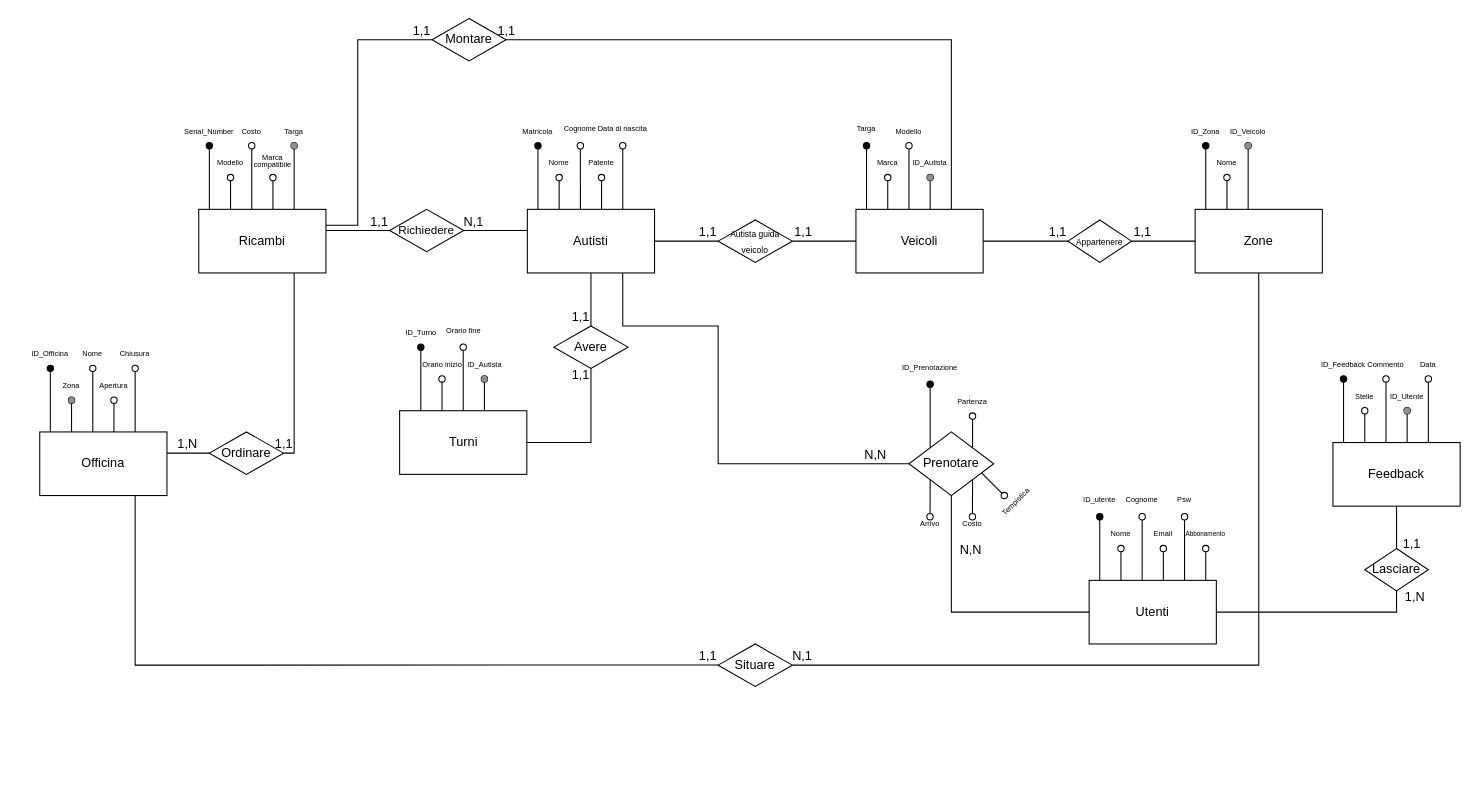
Earlier version of the draw.io diagram Diagramma_E-R_Split.drawio (francosalvucci14/Database_Project). Source tidied: cells renumbered, new cells numbered last; positions are measured from the earlier drawing's top-left corner, leaving out a move shared by most shapes. Both pictures are drawn from the tidied source at 106%, with x=0, y=0 at pixel (18, 18).
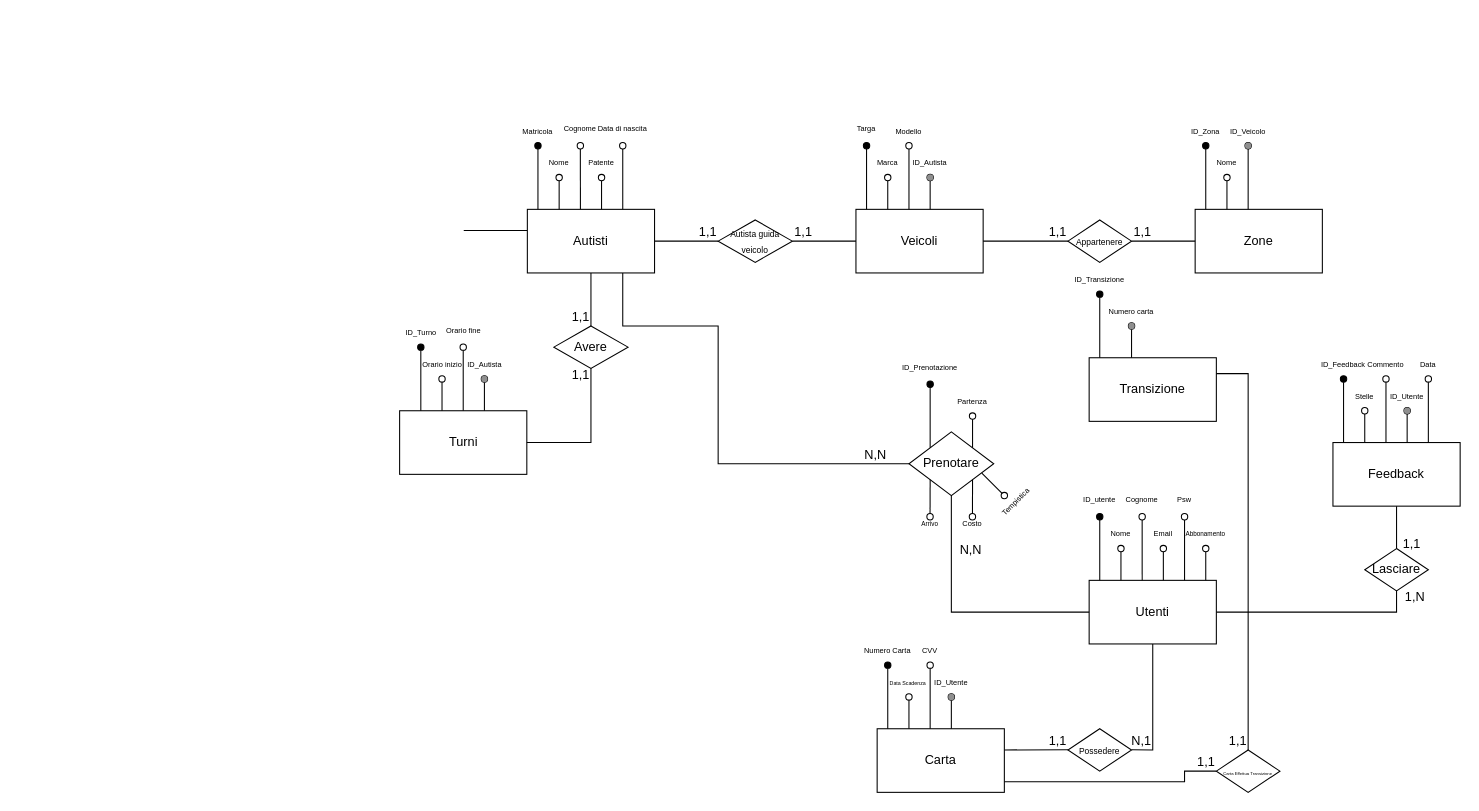
The same page after the edit.

The change refers to these unchanged cells:
```xml
<mxCell id="2" value="Veicoli" style="rounded=0;whiteSpace=wrap;html=1;" parent="1" vertex="1">
  <mxGeometry x="790" y="180" width="120" height="60" as="geometry" />
</mxCell>
<mxCell id="13" value="Zone" style="rounded=0;whiteSpace=wrap;html=1;" parent="1" vertex="1">
  <mxGeometry x="1110" y="180" width="120" height="60" as="geometry" />
</mxCell>
<mxCell id="103" value="&lt;div&gt;Utenti&lt;/div&gt;" style="rounded=0;whiteSpace=wrap;html=1;" parent="1" vertex="1">
  <mxGeometry x="1010" y="530" width="120" height="60" as="geometry" />
</mxCell>
```

Change to the diagram source:
```diff
@@
-    <mxCell id="47" value="Ricambi" style="rounded=0;whiteSpace=wrap;html=1;" parent="1" vertex="1">
-      <mxGeometry x="170" y="180" width="120" height="60" as="geometry" />
-    </mxCell>
-    <mxCell id="48" style="endArrow=oval;html=1;rounded=0;exitX=0.5;exitY=0;exitDx=0;exitDy=0;endFill=0;" parent="1" edge="1">
-      <mxGeometry relative="1" as="geometry">
-        <mxPoint x="200" y="180" as="sourcePoint" />
-        <mxPoint x="200" y="150" as="targetPoint" />
-      </mxGeometry>
-    </mxCell>
-    <mxCell id="49" value="&lt;font style=&quot;font-size: 7px;&quot;&gt;Modello&lt;/font&gt;" style="text;html=1;strokeColor=none;fillColor=none;align=center;verticalAlign=middle;whiteSpace=wrap;rounded=0;" parent="1" vertex="1">
-      <mxGeometry x="170" y="120" width="60" height="30" as="geometry" />
-    </mxCell>
-    <mxCell id="50" style="endArrow=oval;html=1;rounded=0;exitX=0.417;exitY=0;exitDx=0;exitDy=0;endFill=0;exitPerimeter=0;" parent="1" edge="1" source="47" target="51">
-      <mxGeometry relative="1" as="geometry" />
-    </mxCell>
-    <mxCell id="51" value="&lt;font style=&quot;font-size: 7px;&quot;&gt;Costo&lt;/font&gt;" style="text;html=1;strokeColor=none;fillColor=none;align=center;verticalAlign=middle;whiteSpace=wrap;rounded=0;" parent="1" vertex="1">
-      <mxGeometry x="190" y="90" width="60" height="30" as="geometry" />
-    </mxCell>
-    <mxCell id="52" style="endArrow=oval;html=1;rounded=0;exitX=0.417;exitY=0;exitDx=0;exitDy=0;endFill=1;exitPerimeter=0;" parent="1" edge="1" target="53">
-      <mxGeometry relative="1" as="geometry">
-        <mxPoint x="180" y="180" as="sourcePoint" />
-      </mxGeometry>
-    </mxCell>
-    <mxCell id="53" value="&lt;font style=&quot;font-size: 7px;&quot;&gt;Serial_Number&lt;/font&gt;" style="text;html=1;strokeColor=none;fillColor=none;align=center;verticalAlign=middle;whiteSpace=wrap;rounded=0;" parent="1" vertex="1">
-      <mxGeometry x="150" y="90" width="60" height="30" as="geometry" />
-    </mxCell>
-    <mxCell id="54" style="shape=waypoint;sketch=0;fillStyle=solid;size=6;fillColor=none;perimeter=centerPerimeter;strokeColor=#FFFFFF;strokeWidth=1;perimeterSpacing=0;" parent="1" vertex="1">
-      <mxGeometry x="230" y="140" width="20" height="20" as="geometry" />
-    </mxCell>
-    <mxCell id="55" style="endArrow=oval;html=1;rounded=0;exitX=0.5;exitY=0;exitDx=0;exitDy=0;endFill=0;" parent="1" edge="1">
-      <mxGeometry relative="1" as="geometry">
-        <mxPoint x="240" y="180" as="sourcePoint" />
-        <mxPoint x="240" y="150" as="targetPoint" />
-      </mxGeometry>
-    </mxCell>
-    <mxCell id="56" value="&lt;p style=&quot;line-height: 90%; font-size: 7px;&quot;&gt;&lt;font style=&quot;font-size: 7px;&quot;&gt;Marca &lt;br&gt;compatibile&lt;br&gt;&lt;/font&gt;&lt;/p&gt;" style="text;html=1;strokeColor=none;fillColor=none;align=center;verticalAlign=middle;whiteSpace=wrap;rounded=0;" parent="1" vertex="1">
-      <mxGeometry x="210" y="120" width="60" height="30" as="geometry" />
-    </mxCell>
-    <mxCell id="57" value="Officina" style="rounded=0;whiteSpace=wrap;html=1;" parent="1" vertex="1">
-      <mxGeometry x="20" y="390" width="120" height="60" as="geometry" />
-    </mxCell>
-    <mxCell id="58" style="endArrow=oval;html=1;rounded=0;exitX=0.5;exitY=0;exitDx=0;exitDy=0;endFill=1;" parent="1" edge="1">
-      <mxGeometry relative="1" as="geometry">
-        <mxPoint x="50" y="390" as="sourcePoint" />
-        <mxPoint x="50" y="360" as="targetPoint" />
-      </mxGeometry>
-    </mxCell>
-    <mxCell id="59" value="&lt;font style=&quot;font-size: 7px;&quot;&gt;Zona&lt;/font&gt;" style="text;html=1;strokeColor=none;fillColor=none;align=center;verticalAlign=middle;whiteSpace=wrap;rounded=0;" parent="1" vertex="1">
-      <mxGeometry x="20" y="330" width="60" height="30" as="geometry" />
-    </mxCell>
-    <mxCell id="60" style="endArrow=oval;html=1;rounded=0;exitX=0.417;exitY=0;exitDx=0;exitDy=0;endFill=0;exitPerimeter=0;" parent="1" edge="1" source="57" target="61">
-      <mxGeometry relative="1" as="geometry" />
-    </mxCell>
-    <mxCell id="61" value="&lt;font style=&quot;font-size: 7px;&quot;&gt;Nome&lt;br&gt;&lt;/font&gt;" style="text;html=1;strokeColor=none;fillColor=none;align=center;verticalAlign=middle;whiteSpace=wrap;rounded=0;" parent="1" vertex="1">
-      <mxGeometry x="40" y="300" width="60" height="30" as="geometry" />
-    </mxCell>
-    <mxCell id="62" style="endArrow=oval;html=1;rounded=0;exitX=0.417;exitY=0;exitDx=0;exitDy=0;endFill=1;exitPerimeter=0;" parent="1" edge="1" target="63">
-      <mxGeometry relative="1" as="geometry">
-        <mxPoint x="30" y="390" as="sourcePoint" />
-      </mxGeometry>
-    </mxCell>
-    <mxCell id="63" value="&lt;font style=&quot;font-size: 7px;&quot;&gt;ID_Officina&lt;br&gt;&lt;/font&gt;" style="text;html=1;strokeColor=none;fillColor=none;align=center;verticalAlign=middle;whiteSpace=wrap;rounded=0;" parent="1" vertex="1">
-      <mxGeometry y="300" width="60" height="30" as="geometry" />
-    </mxCell>
-    <mxCell id="64" style="shape=waypoint;sketch=0;fillStyle=solid;size=6;fillColor=none;perimeter=centerPerimeter;strokeColor=#FFFFFF;strokeWidth=1;perimeterSpacing=0;" parent="1" vertex="1">
-      <mxGeometry x="80" y="350" width="20" height="20" as="geometry" />
-    </mxCell>
-    <mxCell id="65" style="endArrow=oval;html=1;rounded=0;exitX=0.5;exitY=0;exitDx=0;exitDy=0;endFill=0;" parent="1" edge="1">
-      <mxGeometry relative="1" as="geometry">
-        <mxPoint x="90" y="390" as="sourcePoint" />
-        <mxPoint x="90" y="360" as="targetPoint" />
-      </mxGeometry>
-    </mxCell>
-    <mxCell id="66" value="&lt;font style=&quot;font-size: 7px;&quot;&gt;Apertura&lt;br&gt;&lt;/font&gt;" style="text;html=1;strokeColor=none;fillColor=none;align=center;verticalAlign=middle;whiteSpace=wrap;rounded=0;" parent="1" vertex="1">
-      <mxGeometry x="60" y="330" width="60" height="30" as="geometry" />
-    </mxCell>
-    <mxCell id="67" style="shape=waypoint;sketch=0;fillStyle=solid;size=6;fillColor=none;perimeter=centerPerimeter;strokeColor=#8f8f8f;" parent="1" vertex="1">
-      <mxGeometry x="40" y="350" width="20" height="20" as="geometry" />
-    </mxCell>
-    <mxCell id="68" style="endArrow=oval;html=1;rounded=0;exitX=0.417;exitY=0;exitDx=0;exitDy=0;endFill=0;exitPerimeter=0;" parent="1" edge="1" target="69">
-      <mxGeometry relative="1" as="geometry">
-        <mxPoint x="110" y="390" as="sourcePoint" />
-      </mxGeometry>
-    </mxCell>
-    <mxCell id="69" value="&lt;font style=&quot;font-size: 7px;&quot;&gt;Chiusura&lt;/font&gt;" style="text;html=1;strokeColor=none;fillColor=none;align=center;verticalAlign=middle;whiteSpace=wrap;rounded=0;" parent="1" vertex="1">
-      <mxGeometry x="80" y="300" width="60" height="30" as="geometry" />
-    </mxCell>
-    <mxCell id="70" style="endArrow=none;html=1;rounded=0;" parent="1" edge="1">
-      <mxGeometry relative="1" as="geometry">
-        <mxPoint x="290" y="200" as="sourcePoint" />
-        <mxPoint x="350" y="200" as="targetPoint" />
-      </mxGeometry>
-    </mxCell>
-    <mxCell id="71" value="1,1" style="html=1;whiteSpace=wrap;align=right;verticalAlign=bottom;" parent="70" vertex="1">
-      <mxGeometry x="1" relative="1" as="geometry" />
-    </mxCell>
-    <mxCell id="72" value="&lt;font style=&quot;font-size: 11px;&quot;&gt;Richiedere&lt;/font&gt;" style="shape=rhombus;perimeter=rhombusPerimeter;whiteSpace=wrap;html=1;align=center;" parent="1" vertex="1">
-      <mxGeometry x="350" y="180" width="70" height="40" as="geometry" />
-    </mxCell>
-    <mxCell id="73" style="endArrow=none;html=1;rounded=0;exitX=1;exitY=0.5;exitDx=0;exitDy=0;" parent="1" edge="1" source="72">
+    <mxCell id="73" style="endArrow=none;html=1;rounded=0;exitX=1;exitY=0.5;exitDx=0;exitDy=0;" parent="1" edge="1">
       <mxGeometry relative="1" as="geometry">
+        <mxPoint x="420" y="200" as="sourcePoint" />
         <mxPoint x="480" y="200" as="targetPoint" />
       </mxGeometry>
     </mxCell>
-    <mxCell id="74" value="N,1" style="html=1;whiteSpace=wrap;align=right;verticalAlign=bottom;" parent="73" vertex="1">
-      <mxGeometry x="1" relative="1" as="geometry">
-        <mxPoint x="-40" as="offset" />
-      </mxGeometry>
-    </mxCell>
-    <mxCell id="75" style="endArrow=oval;html=1;rounded=0;exitX=0.417;exitY=0;exitDx=0;exitDy=0;endFill=0;exitPerimeter=0;" parent="1" edge="1" target="76">
-      <mxGeometry relative="1" as="geometry">
-        <mxPoint x="260" y="180" as="sourcePoint" />
-      </mxGeometry>
-    </mxCell>
-    <mxCell id="76" value="&lt;font style=&quot;font-size: 7px;&quot;&gt;Targa&lt;/font&gt;" style="text;html=1;strokeColor=none;fillColor=none;align=center;verticalAlign=middle;whiteSpace=wrap;rounded=0;" parent="1" vertex="1">
-      <mxGeometry x="230" y="90" width="60" height="30" as="geometry" />
-    </mxCell>
-    <mxCell id="77" style="shape=waypoint;sketch=0;fillStyle=solid;size=6;fillColor=none;perimeter=centerPerimeter;strokeColor=#8f8f8f;" parent="1" vertex="1">
-      <mxGeometry x="250" y="110" width="20" height="20" as="geometry" />
-    </mxCell>
-    <mxCell id="78" style="endArrow=none;html=1;rounded=0;exitX=1;exitY=0.25;exitDx=0;exitDy=0;entryX=0;entryY=0.5;entryDx=0;entryDy=0;" parent="1" edge="1" source="47">
-      <mxGeometry relative="1" as="geometry">
-        <mxPoint x="390" y="20" as="targetPoint" />
-        <Array as="points">
-          <mxPoint x="320" y="195" />
-          <mxPoint x="320" y="20" />
-        </Array>
-      </mxGeometry>
-    </mxCell>
-    <mxCell id="79" value="1,1" style="html=1;whiteSpace=wrap;align=right;verticalAlign=bottom;" parent="78" vertex="1">
-      <mxGeometry x="1" relative="1" as="geometry" />
-    </mxCell>
-    <mxCell id="80" style="endArrow=none;html=1;rounded=0;exitX=0.75;exitY=0;exitDx=0;exitDy=0;entryX=1;entryY=0.5;entryDx=0;entryDy=0;" parent="1" edge="1" source="2" target="82">
-      <mxGeometry relative="1" as="geometry">
-        <Array as="points">
-          <mxPoint x="880" y="90" />
-          <mxPoint x="880" y="20" />
-          <mxPoint x="670" y="20" />
-        </Array>
-      </mxGeometry>
-    </mxCell>
-    <mxCell id="81" value="1,1" style="html=1;whiteSpace=wrap;align=right;verticalAlign=bottom;" parent="80" vertex="1">
-      <mxGeometry x="1" relative="1" as="geometry">
-        <mxPoint x="10" as="offset" />
-      </mxGeometry>
-    </mxCell>
-    <mxCell id="82" value="Montare" style="shape=rhombus;perimeter=rhombusPerimeter;whiteSpace=wrap;html=1;align=center;" parent="1" vertex="1">
-      <mxGeometry x="390" width="70" height="40" as="geometry" />
-    </mxCell>
-    <mxCell id="83" style="endArrow=none;html=1;rounded=0;" parent="1" edge="1">
-      <mxGeometry relative="1" as="geometry">
-        <mxPoint x="140" y="410" as="sourcePoint" />
-        <mxPoint x="200" y="410" as="targetPoint" />
-      </mxGeometry>
-    </mxCell>
-    <mxCell id="84" value="1,N" style="html=1;whiteSpace=wrap;align=right;verticalAlign=bottom;" parent="83" vertex="1">
-      <mxGeometry x="1" relative="1" as="geometry">
-        <mxPoint x="-30" as="offset" />
-      </mxGeometry>
-    </mxCell>
-    <mxCell id="85" value="Ordinare" style="shape=rhombus;perimeter=rhombusPerimeter;whiteSpace=wrap;html=1;align=center;" parent="1" vertex="1">
-      <mxGeometry x="180" y="390" width="70" height="40" as="geometry" />
-    </mxCell>
-    <mxCell id="86" style="endArrow=none;html=1;rounded=0;exitX=1;exitY=0.5;exitDx=0;exitDy=0;entryX=0.75;entryY=1;entryDx=0;entryDy=0;" parent="1" edge="1" source="85" target="47">
-      <mxGeometry relative="1" as="geometry">
-        <Array as="points">
-          <mxPoint x="260" y="410" />
-        </Array>
-      </mxGeometry>
-    </mxCell>
-    <mxCell id="87" value="1,1" style="html=1;whiteSpace=wrap;align=right;verticalAlign=bottom;" parent="86" vertex="1">
-      <mxGeometry x="1" relative="1" as="geometry">
-        <mxPoint y="170" as="offset" />
-      </mxGeometry>
-    </mxCell>
-    <mxCell id="88" value="Situare" style="shape=rhombus;perimeter=rhombusPerimeter;whiteSpace=wrap;html=1;align=center;" parent="1" vertex="1">
-      <mxGeometry x="660" y="590" width="70" height="40" as="geometry" />
-    </mxCell>
-    <mxCell id="89" style="endArrow=none;html=1;rounded=0;exitX=0.75;exitY=1;exitDx=0;exitDy=0;" parent="1" edge="1" source="57">
-      <mxGeometry relative="1" as="geometry">
-        <mxPoint x="660" y="609.8" as="targetPoint" />
-        <Array as="points">
-          <mxPoint x="110" y="610" />
-        </Array>
-      </mxGeometry>
-    </mxCell>
-    <mxCell id="90" value="1,1" style="html=1;whiteSpace=wrap;align=right;verticalAlign=bottom;" parent="89" vertex="1">
-      <mxGeometry x="1" relative="1" as="geometry" />
-    </mxCell>
-    <mxCell id="91" style="endArrow=none;html=1;rounded=0;entryX=0.5;entryY=1;entryDx=0;entryDy=0;" parent="1" edge="1" target="13">
-      <mxGeometry relative="1" as="geometry">
-        <mxPoint x="730" y="610" as="sourcePoint" />
-        <Array as="points">
-          <mxPoint x="1170" y="610" />
-        </Array>
-      </mxGeometry>
-    </mxCell>
-    <mxCell id="92" value="N,1" style="html=1;whiteSpace=wrap;align=right;verticalAlign=bottom;" parent="91" vertex="1">
-      <mxGeometry x="1" relative="1" as="geometry">
-        <mxPoint x="-420" y="370" as="offset" />
-      </mxGeometry>
-    </mxCell>
@@
-    <mxCell id="143" value="&lt;span style=&quot;font-size: 7px;&quot;&gt;Arrivo&lt;/span&gt;" style="text;html=1;strokeColor=none;fillColor=none;align=center;verticalAlign=middle;whiteSpace=wrap;rounded=0;" parent="1" vertex="1">
+    <mxCell id="143" value="&lt;font style=&quot;font-size: 6px;&quot;&gt;Arrivo&lt;/font&gt;" style="text;html=1;strokeColor=none;fillColor=none;align=center;verticalAlign=middle;whiteSpace=wrap;rounded=0;" parent="1" vertex="1">
       <mxGeometry x="830" y="460" width="60" height="30" as="geometry" />
     </mxCell>
@@
+    <mxCell id="148" value="Carta" style="rounded=0;whiteSpace=wrap;html=1;" parent="1" vertex="1">
+      <mxGeometry x="810" y="670" width="120" height="60" as="geometry" />
+    </mxCell>
+    <mxCell id="149" style="endArrow=oval;html=1;rounded=0;exitX=0.417;exitY=0;exitDx=0;exitDy=0;endFill=1;exitPerimeter=0;" parent="1" edge="1" target="150">
+      <mxGeometry relative="1" as="geometry">
+        <mxPoint x="820" y="670" as="sourcePoint" />
+      </mxGeometry>
+    </mxCell>
+    <mxCell id="150" value="&lt;font style=&quot;font-size: 7px;&quot;&gt;Numero Carta&lt;br&gt;&lt;/font&gt;" style="text;html=1;strokeColor=none;fillColor=none;align=center;verticalAlign=middle;whiteSpace=wrap;rounded=0;" parent="1" vertex="1">
+      <mxGeometry x="790" y="580" width="60" height="30" as="geometry" />
+    </mxCell>
+    <mxCell id="151" style="endArrow=oval;html=1;rounded=0;endFill=0;fontColor=#FFFFFF;strokeColor=#000000;labelBackgroundColor=#757575;" parent="1" edge="1" target="152">
+      <mxGeometry relative="1" as="geometry">
+        <mxPoint x="860" y="670" as="sourcePoint" />
+      </mxGeometry>
+    </mxCell>
+    <mxCell id="152" value="&lt;span style=&quot;font-size: 7px;&quot;&gt;CVV&lt;/span&gt;" style="text;html=1;strokeColor=none;fillColor=none;align=center;verticalAlign=middle;whiteSpace=wrap;rounded=0;" parent="1" vertex="1">
+      <mxGeometry x="830" y="580" width="60" height="30" as="geometry" />
+    </mxCell>
+    <mxCell id="153" style="endArrow=oval;html=1;rounded=0;exitX=0.5;exitY=0;exitDx=0;exitDy=0;endFill=0;" parent="1" edge="1">
+      <mxGeometry relative="1" as="geometry">
+        <mxPoint x="840" y="670" as="sourcePoint" />
+        <mxPoint x="840" y="640" as="targetPoint" />
+      </mxGeometry>
+    </mxCell>
+    <mxCell id="154" value="&lt;font style=&quot;font-size: 5px;&quot;&gt;Data Scadenza&amp;nbsp;&lt;/font&gt;" style="text;html=1;strokeColor=none;fillColor=none;align=center;verticalAlign=middle;whiteSpace=wrap;rounded=0;" parent="1" vertex="1">
+      <mxGeometry x="810" y="610" width="60" height="30" as="geometry" />
+    </mxCell>
+    <mxCell id="155" style="endArrow=oval;html=1;rounded=0;exitX=0.5;exitY=0;exitDx=0;exitDy=0;endFill=1;fontColor=#FFFFFF;strokeColor=#000000;labelBackgroundColor=#757575;" parent="1" edge="1" target="156">
+      <mxGeometry relative="1" as="geometry">
+        <mxPoint x="880" y="670" as="sourcePoint" />
+      </mxGeometry>
+    </mxCell>
+    <mxCell id="156" value="&lt;font style=&quot;font-size: 7px;&quot;&gt;ID_Utente&lt;br&gt;&lt;/font&gt;" style="text;html=1;strokeColor=none;fillColor=none;align=center;verticalAlign=middle;whiteSpace=wrap;rounded=0;" parent="1" vertex="1">
+      <mxGeometry x="850" y="610" width="60" height="30" as="geometry" />
+    </mxCell>
+    <mxCell id="157" style="shape=waypoint;sketch=0;fillStyle=solid;size=6;fillColor=none;perimeter=centerPerimeter;strokeColor=#8F8F8F;" parent="1" vertex="1">
+      <mxGeometry x="870" y="630" width="20" height="20" as="geometry" />
+    </mxCell>
+    <mxCell id="158" style="endArrow=none;html=1;rounded=0;" parent="1" edge="1">
+      <mxGeometry relative="1" as="geometry">
+        <mxPoint x="930" y="690" as="sourcePoint" />
+        <mxPoint x="990" y="689.8" as="targetPoint" />
+      </mxGeometry>
+    </mxCell>
+    <mxCell id="159" style="html=1;whiteSpace=wrap;align=right;verticalAlign=bottom;" parent="158" vertex="1">
+      <mxGeometry x="1" relative="1" as="geometry" />
+    </mxCell>
+    <mxCell id="160" value="&lt;div style=&quot;font-size: 11px;&quot; align=&quot;center&quot;&gt;&lt;font style=&quot;font-size: 8px;&quot;&gt;Possedere&lt;/font&gt;&lt;/div&gt;" style="rhombus;whiteSpace=wrap;html=1;align=center;" parent="1" vertex="1">
+      <mxGeometry x="990" y="670" width="60" height="40" as="geometry" />
+    </mxCell>
+    <mxCell id="161" style="endArrow=none;html=1;rounded=0;entryX=0.5;entryY=1;entryDx=0;entryDy=0;" parent="1" edge="1" target="103">
+      <mxGeometry relative="1" as="geometry">
+        <mxPoint x="1050" y="689.8" as="sourcePoint" />
+        <Array as="points">
+          <mxPoint x="1070" y="690" />
+        </Array>
+      </mxGeometry>
+    </mxCell>
+    <mxCell id="162" value="N,1" style="html=1;whiteSpace=wrap;align=right;verticalAlign=bottom;" parent="161" vertex="1">
+      <mxGeometry x="1" relative="1" as="geometry">
+        <mxPoint y="100" as="offset" />
+      </mxGeometry>
+    </mxCell>
+    <mxCell id="163" value="1,1" style="html=1;whiteSpace=wrap;align=right;verticalAlign=bottom;" parent="1" vertex="1">
+      <mxGeometry x="990" y="690" as="geometry" />
+    </mxCell>
+    <mxCell id="164" value="Transizione" style="rounded=0;whiteSpace=wrap;html=1;" parent="1" vertex="1">
+      <mxGeometry x="1010" y="320" width="120" height="60" as="geometry" />
+    </mxCell>
+    <mxCell id="165" style="endArrow=oval;html=1;rounded=0;exitX=0.417;exitY=0;exitDx=0;exitDy=0;endFill=1;exitPerimeter=0;" parent="1" edge="1" target="166">
+      <mxGeometry relative="1" as="geometry">
+        <mxPoint x="1020" y="320" as="sourcePoint" />
+      </mxGeometry>
+    </mxCell>
+    <mxCell id="166" value="&lt;font style=&quot;font-size: 7px;&quot;&gt;ID_Transizione&lt;br&gt;&lt;/font&gt;" style="text;html=1;strokeColor=none;fillColor=none;align=center;verticalAlign=middle;whiteSpace=wrap;rounded=0;" parent="1" vertex="1">
+      <mxGeometry x="990" y="230" width="60" height="30" as="geometry" />
+    </mxCell>
+    <mxCell id="167" style="endArrow=oval;html=1;rounded=0;exitX=0.5;exitY=0;exitDx=0;exitDy=0;endFill=1;fontColor=#FFFFFF;strokeColor=#000000;labelBackgroundColor=#757575;" parent="1" edge="1" target="168">
+      <mxGeometry relative="1" as="geometry">
+        <mxPoint x="1050" y="320" as="sourcePoint" />
+      </mxGeometry>
+    </mxCell>
+    <mxCell id="168" value="&lt;font style=&quot;font-size: 7px;&quot;&gt;Numero carta&lt;br&gt;&lt;/font&gt;" style="text;html=1;strokeColor=none;fillColor=none;align=center;verticalAlign=middle;whiteSpace=wrap;rounded=0;" parent="1" vertex="1">
+      <mxGeometry x="1020" y="260" width="60" height="30" as="geometry" />
+    </mxCell>
+    <mxCell id="169" style="shape=waypoint;sketch=0;fillStyle=solid;size=6;fillColor=none;perimeter=centerPerimeter;strokeColor=#8F8F8F;" parent="1" vertex="1">
+      <mxGeometry x="1040" y="280" width="20" height="20" as="geometry" />
+    </mxCell>
+    <mxCell id="170" style="endArrow=none;html=1;rounded=0;exitX=1;exitY=0.25;exitDx=0;exitDy=0;entryX=0.5;entryY=0;entryDx=0;entryDy=0;" parent="1" edge="1" source="164" target="172">
+      <mxGeometry relative="1" as="geometry">
+        <Array as="points">
+          <mxPoint x="1160" y="335" />
+          <mxPoint x="1160" y="650" />
+        </Array>
+      </mxGeometry>
+    </mxCell>
+    <mxCell id="171" value="1,1" style="html=1;whiteSpace=wrap;align=right;verticalAlign=bottom;" parent="170" vertex="1">
+      <mxGeometry x="1" relative="1" as="geometry" />
+    </mxCell>
+    <mxCell id="172" value="&lt;div style=&quot;&quot; align=&quot;center&quot;&gt;&lt;font style=&quot;font-size: 4px;&quot;&gt;Carta Effettua Transizione&lt;/font&gt;&lt;/div&gt;" style="rhombus;whiteSpace=wrap;html=1;align=center;" parent="1" vertex="1">
+      <mxGeometry x="1130" y="690" width="60" height="40" as="geometry" />
+    </mxCell>
+    <mxCell id="173" style="endArrow=none;html=1;rounded=0;entryX=0;entryY=0.5;entryDx=0;entryDy=0;" parent="1" edge="1" target="172">
+      <mxGeometry relative="1" as="geometry">
+        <mxPoint x="930" y="720" as="sourcePoint" />
+        <Array as="points">
+          <mxPoint x="1100" y="720" />
+          <mxPoint x="1100" y="710" />
+        </Array>
+      </mxGeometry>
+    </mxCell>
+    <mxCell id="174" value="1,1" style="html=1;whiteSpace=wrap;align=right;verticalAlign=bottom;" parent="173" vertex="1">
+      <mxGeometry x="1" relative="1" as="geometry" />
+    </mxCell>
```
